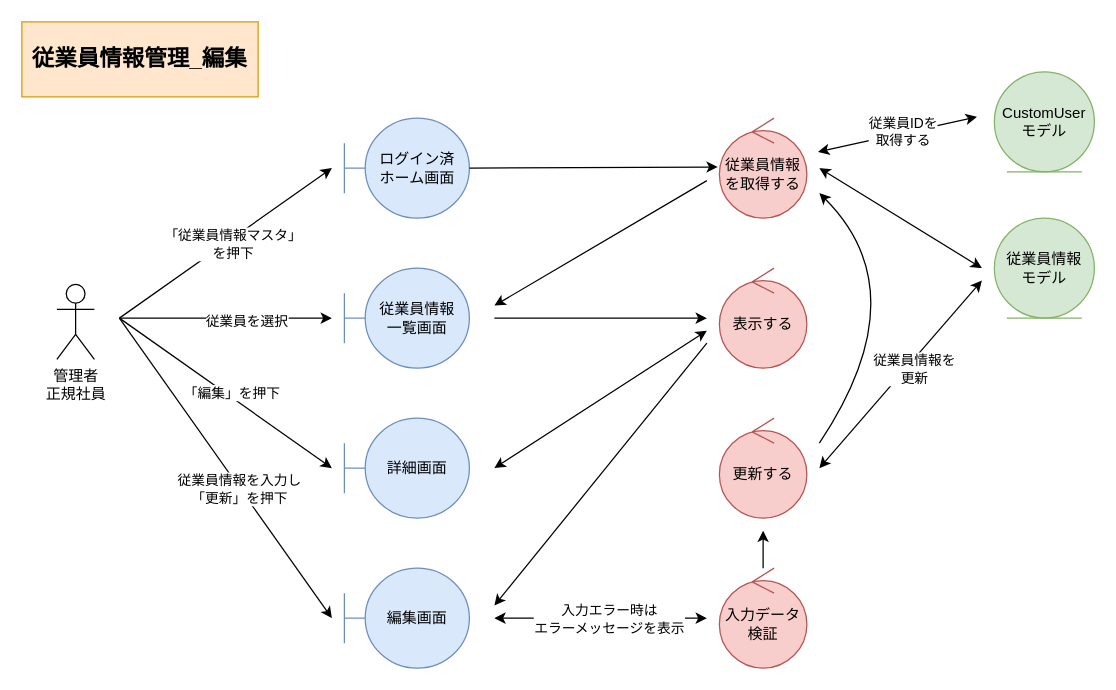
Above: page "*従業員情報管理_編集" (3 of 5) of 各種設計書/3ロバストネス図/マスタ管理/F01従業員マスタ.drawio in HaruShim/Sotuken (draw.io), before the change. Source tidied: cells renumbered, new cells numbered last; positions are measured from the earlier drawing's top-left corner, leaving out a move shared by most shapes. Both pictures are drawn from the tidied source at 125%, with x=0, y=0 at pixel (21, 21).
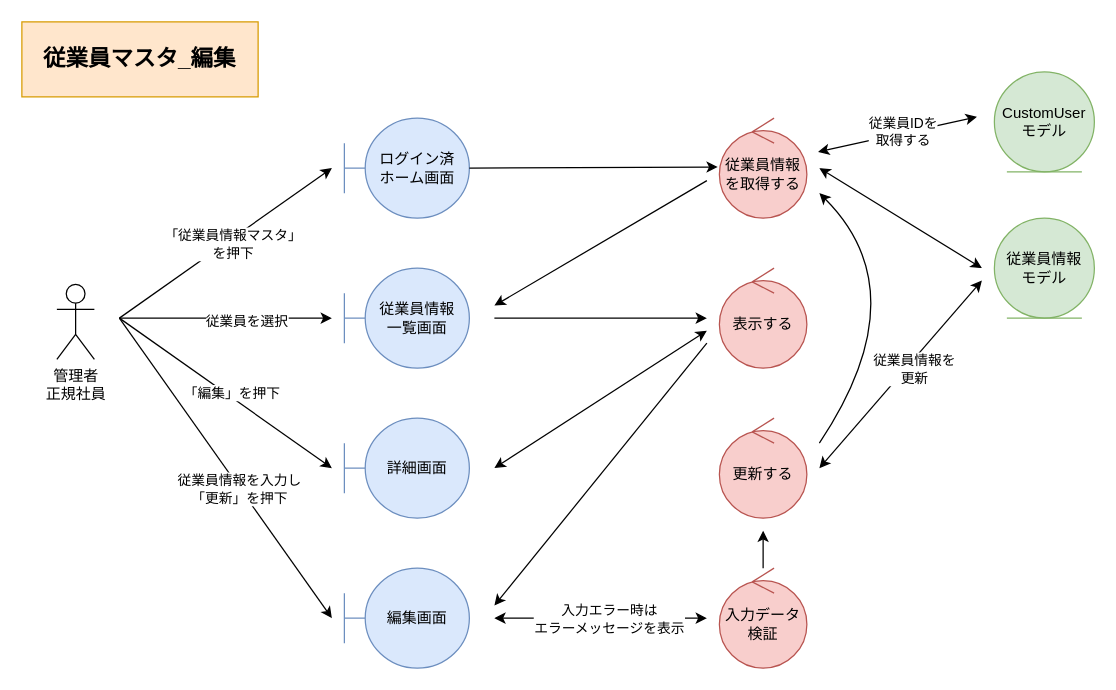
After the change.

What changed in the source:
```diff
@@
-    <mxCell id="22" value="従業員情報管理_編集" style="rounded=0;whiteSpace=wrap;html=1;fillColor=#ffe6cc;strokeColor=#d79b00;fontStyle=1;fontSize=18;" parent="1" vertex="1">
+    <mxCell id="22" value="従業員マスタ_編集" style="rounded=0;whiteSpace=wrap;html=1;fillColor=#ffe6cc;strokeColor=#d79b00;fontStyle=1;fontSize=18;" parent="1" vertex="1">
       <mxGeometry width="189" height="60" as="geometry" />
     </mxCell>
```
